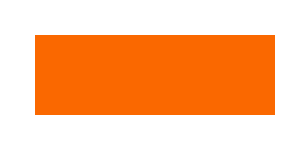
Earlier version of the draw.io diagram yx流量模型治理.drawio (mineminemine123/work-wiki). Source tidied: cells renumbered, new cells numbered last; positions are measured from the earlier drawing's top-left corner, leaving out a move shared by most shapes. Both pictures are drawn from the tidied source at 200%, with x=0, y=0 at pixel (34, 34).
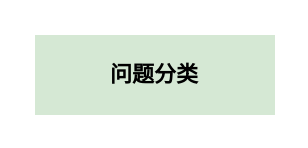
The same page after the edit.

Commit message (it also covers changes not shown here):
更新yx流量模型治理.drawio

The edit, as a diff of the source:
```diff
@@
 <mxGraphModel>
   <root>
     <mxCell id="0" />
     <mxCell id="1" parent="0" />
-    <mxCell id="2" style="rounded=0;whiteSpace=wrap;html=1;labelBackgroundColor=#ffffff;hachureGap=4;strokeColor=none;strokeWidth=1;fontFamily=Architects Daughter;fontSize=11;fontColor=#000000;fillColor=#fa6800;" parent="1" vertex="1">
+    <mxCell id="2" value="&lt;pre&gt;&lt;br&gt;&lt;/pre&gt;" style="rounded=0;whiteSpace=wrap;html=1;labelBackgroundColor=#ffffff;hachureGap=4;strokeColor=none;strokeWidth=1;fontFamily=Architects Daughter;fontSize=11;fillColor=#d5e8d4;" parent="1" vertex="1">
       <mxGeometry width="120" height="40" as="geometry" />
     </mxCell>
+    <mxCell id="3" value="&lt;b&gt;&lt;font color=&quot;#000000&quot;&gt;问题分类&lt;/font&gt;&lt;/b&gt;" style="text;html=1;strokeColor=none;fillColor=none;align=center;verticalAlign=middle;whiteSpace=wrap;rounded=0;fontSize=11;fontFamily=Architects Daughter;fontColor=#FFFFFF;" parent="1" vertex="1">
+      <mxGeometry x="30" y="5" width="60" height="30" as="geometry" />
+    </mxCell>
   </root>
 </mxGraphModel>
```
